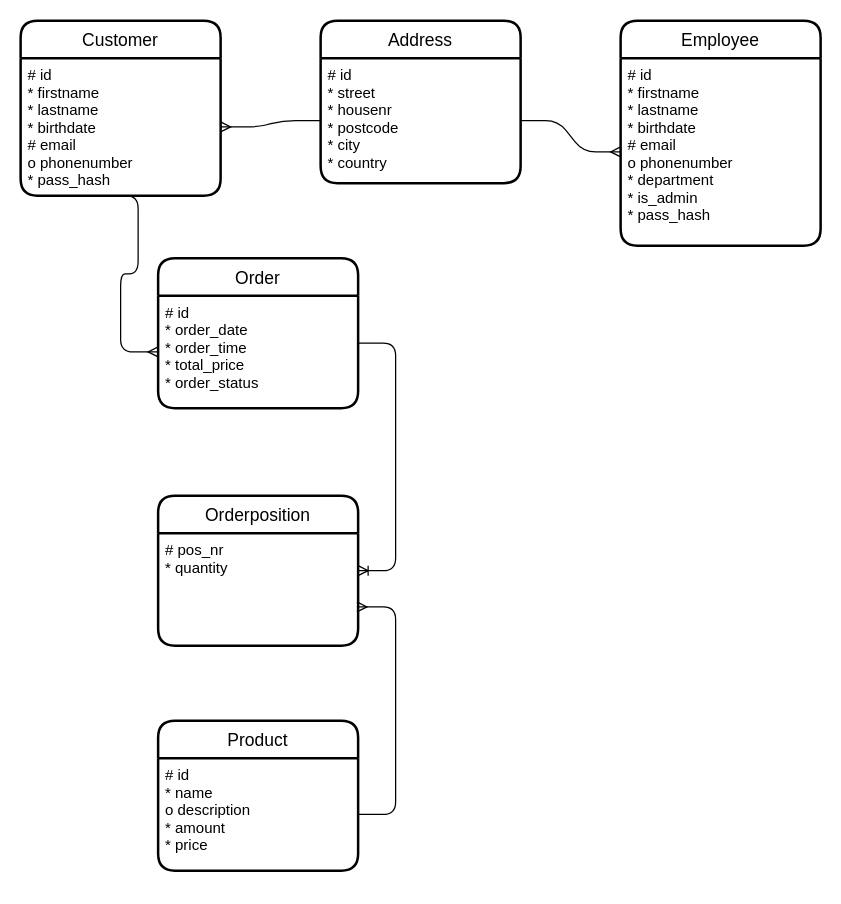
The draw.io diagram diagrams/ER Diagram.drawio in kzi90/ProjekteWI_1, before the edit. Source tidied: cells renumbered, new cells numbered last; positions are measured from the earlier drawing's top-left corner, leaving out a move shared by most shapes. Both pictures are drawn from the tidied source at 125%, with x=0, y=0 at pixel (20, 20).
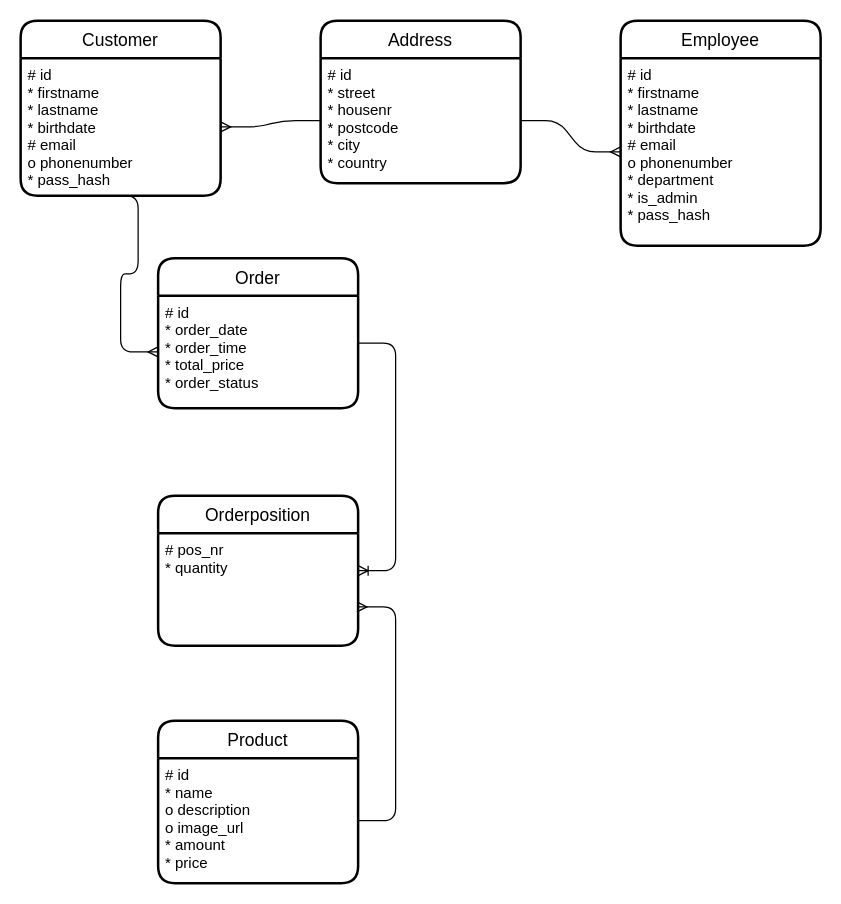
The same page after the edit.

The edit, as a diff of the source:
```diff
@@
 <mxGraphModel>
   <root>
     <mxCell id="0" />
     <mxCell id="1" parent="0" />
     <mxCell id="2" value="Customer" style="swimlane;horizontal=1;startSize=30;rounded=1;fontSize=14;fontStyle=0;strokeWidth=2;shadow=0;dashed=0;align=center;" parent="1" vertex="1">
       <mxGeometry width="160" height="140" as="geometry" />
     </mxCell>
     <mxCell id="3" value="# id&#10;* firstname&#10;* lastname&#10;* birthdate&#10;# email&#10;o phonenumber&#10;* pass_hash&#10;" style="align=left;strokeColor=none;fillColor=none;spacingLeft=4;fontSize=12;verticalAlign=top;" parent="2" vertex="1">
       <mxGeometry y="30" width="160" height="110" as="geometry" />
     </mxCell>
     <mxCell id="4" value="Address" style="swimlane;horizontal=1;startSize=30;rounded=1;fontSize=14;fontStyle=0;strokeWidth=2;shadow=0;dashed=0;align=center;" parent="1" vertex="1">
       <mxGeometry x="240" width="160" height="130" as="geometry" />
     </mxCell>
     <mxCell id="5" value="# id&#10;* street&#10;* housenr&#10;* postcode&#10;* city&#10;* country&#10;" style="align=left;strokeColor=none;fillColor=none;spacingLeft=4;fontSize=12;verticalAlign=top;" parent="4" vertex="1">
       <mxGeometry y="30" width="160" height="100" as="geometry" />
     </mxCell>
     <mxCell id="6" value="Product" style="swimlane;horizontal=1;startSize=30;rounded=1;fontSize=14;fontStyle=0;strokeWidth=2;shadow=0;dashed=0;align=center;" parent="1" vertex="1">
-      <mxGeometry x="110" y="560" width="160" height="120" as="geometry" />
+      <mxGeometry x="110" y="560" width="160" height="130" as="geometry" />
     </mxCell>
-    <mxCell id="7" value="# id&#10;* name&#10;o description&#10;* amount&#10;* price" style="align=left;strokeColor=none;fillColor=none;spacingLeft=4;fontSize=12;verticalAlign=top;" parent="6" vertex="1">
-      <mxGeometry y="30" width="160" height="90" as="geometry" />
+    <mxCell id="7" value="# id&#10;* name&#10;o description&#10;o image_url&#10;* amount&#10;* price" style="align=left;strokeColor=none;fillColor=none;spacingLeft=4;fontSize=12;verticalAlign=top;" parent="6" vertex="1">
+      <mxGeometry y="30" width="160" height="100" as="geometry" />
     </mxCell>
     <mxCell id="8" value="Order" style="swimlane;horizontal=1;startSize=30;rounded=1;fontSize=14;fontStyle=0;strokeWidth=2;shadow=0;dashed=0;align=center;" parent="1" vertex="1">
       <mxGeometry x="110" y="190" width="160" height="120" as="geometry" />
     </mxCell>
     <mxCell id="9" value="# id&#10;* order_date&#10;* order_time&#10;* total_price&#10;* order_status&#10;" style="align=left;strokeColor=none;fillColor=none;spacingLeft=4;fontSize=12;verticalAlign=top;" parent="8" vertex="1">
       <mxGeometry y="30" width="160" height="90" as="geometry" />
     </mxCell>
     <mxCell id="10" value="Orderposition" style="swimlane;horizontal=1;startSize=30;rounded=1;fontSize=14;fontStyle=0;strokeWidth=2;shadow=0;dashed=0;align=center;" parent="1" vertex="1">
       <mxGeometry x="110" y="380" width="160" height="120" as="geometry" />
     </mxCell>
     <mxCell id="11" value="# pos_nr&#10;* quantity&#10;" style="align=left;strokeColor=none;fillColor=none;spacingLeft=4;fontSize=12;verticalAlign=top;" parent="10" vertex="1">
       <mxGeometry y="30" width="160" height="90" as="geometry" />
     </mxCell>
     <mxCell id="12" style="edgeStyle=entityRelationEdgeStyle;fontSize=12;html=1;endArrow=ERmany;" parent="1" edge="1" source="5" target="3">
       <mxGeometry relative="1" as="geometry" />
     </mxCell>
     <mxCell id="13" style="edgeStyle=entityRelationEdgeStyle;fontSize=12;html=1;endArrow=ERmany;exitX=0.4;exitY=1;exitDx=0;exitDy=0;exitPerimeter=0;" parent="1" edge="1" source="3" target="9">
       <mxGeometry relative="1" as="geometry" />
     </mxCell>
     <mxCell id="14" style="edgeStyle=entityRelationEdgeStyle;fontSize=12;html=1;endArrow=ERoneToMany;exitX=1;exitY=0.422;exitDx=0;exitDy=0;exitPerimeter=0;" parent="1" edge="1" source="9" target="10">
       <mxGeometry relative="1" as="geometry" />
     </mxCell>
     <mxCell id="15" value="Employee" style="swimlane;horizontal=1;startSize=30;rounded=1;fontSize=14;fontStyle=0;strokeWidth=2;shadow=0;dashed=0;align=center;" parent="1" vertex="1">
       <mxGeometry x="480" width="160" height="180" as="geometry" />
     </mxCell>
     <mxCell id="16" value="# id&#10;* firstname&#10;* lastname&#10;* birthdate&#10;# email&#10;o phonenumber&#10;* department&#10;* is_admin&#10;* pass_hash" style="align=left;strokeColor=none;fillColor=none;spacingLeft=4;fontSize=12;verticalAlign=top;" parent="15" vertex="1">
       <mxGeometry y="30" width="160" height="150" as="geometry" />
     </mxCell>
     <mxCell id="17" style="edgeStyle=entityRelationEdgeStyle;fontSize=12;html=1;endArrow=ERmany;" parent="1" edge="1" source="5" target="16">
       <mxGeometry relative="1" as="geometry" />
     </mxCell>
     <mxCell id="18" style="edgeStyle=entityRelationEdgeStyle;fontSize=12;html=1;endArrow=ERmany;entryX=0.994;entryY=0.656;entryDx=0;entryDy=0;entryPerimeter=0;" parent="1" edge="1" source="7" target="11">
       <mxGeometry relative="1" as="geometry" />
     </mxCell>
   </root>
 </mxGraphModel>
```
